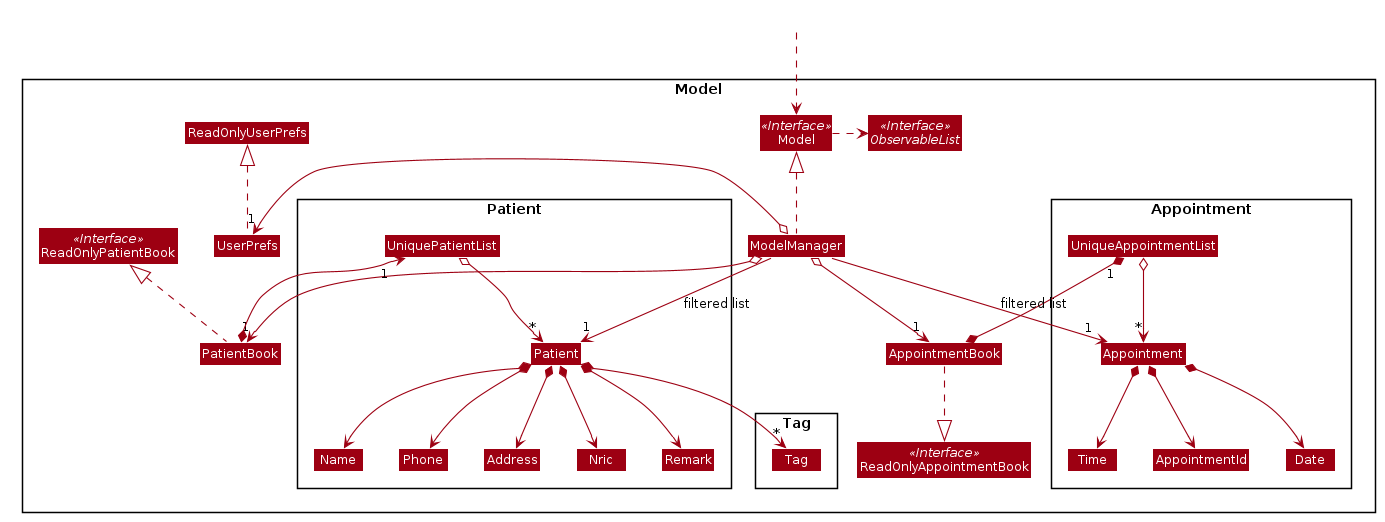
Before: docs/images/ModelClassDiagram.png, a diagram exported from PlantUML (xz0127/tp). The source it was exported from:
```plantuml
@startuml








skinparam BackgroundColor #FFFFFFF

skinparam Shadowing false

skinparam Class {
    FontColor #FFFFFF
    BorderThickness 1
    BorderColor #FFFFFF
    StereotypeFontColor #FFFFFF
    FontName Arial
}

skinparam Actor {
    BorderColor #000000
    Color #000000
    FontName Arial
}

skinparam Sequence {
    MessageAlign center
    BoxFontSize 15
    BoxPadding 0
    BoxFontColor #FFFFFF
    FontName Arial
}

skinparam Participant {
    FontColor #FFFFFFF
    Padding 20
}

skinparam MinClassWidth 50
skinparam ParticipantPadding 10
skinparam Shadowing false
skinparam DefaultTextAlignment center
skinparam packageStyle Rectangle

hide footbox
hide members
hide circle
skinparam arrowThickness 1.1
skinparam arrowColor #9D0012
skinparam classBackgroundColor #9D0012

Package Model <<Rectangle>>{
Interface ReadOnlyPatientBook <<Interface>>
Interface ReadOnlyAppointmentBook <<Interface>>
Interface Model <<Interface>>
Interface ObservableList <<Interface>>
Class PatientBook
Class AppointmentBook
Class ReadOnlyPatientBook
Class ReadOnlyAppointmentBook
Class Model
Class ModelManager
Class UserPrefs
Class ReadOnlyUserPrefs

Package Patient {
Class Patient
Class Address
Class Nric
Class Remark
Class Name
Class Phone
Class UniquePatientList
}

Package Appointment {
Class Appointment
Class AppointmentId
Class Date
Class Time
Class UniqueAppointmentList
}

Package Tag {
Class Tag
}
}

Class HiddenOutside #FFFFFF
HiddenOutside ..> Model

PatientBook .up.|> ReadOnlyPatientBook
AppointmentBook .down.|> ReadOnlyAppointmentBook

ModelManager .up.|> Model
Model .right.> ObservableList
ModelManager o--> "1" PatientBook
ModelManager o--> "1" AppointmentBook
ModelManager o-left-> "1" UserPrefs
UserPrefs .up.|> ReadOnlyUserPrefs

PatientBook *-left-> "1" UniquePatientList
UniquePatientList o--> "*" Patient
Patient *--> Name
Patient *--> Phone
Patient *--> Nric
Patient *--> Remark
Patient *--> Address
Patient *--> "*" Tag

AppointmentBook *-right-* "1" UniqueAppointmentList
UniqueAppointmentList o--> "*" Appointment
Appointment *--> Date
Appointment *--> Time
Appointment *--> AppointmentId

Name -[hidden]right-> Phone
Phone -[hidden]right-> Address


ModelManager -->"1" Patient : filtered list
ModelManager -->"1" Appointment : filtered list
@enduml
```
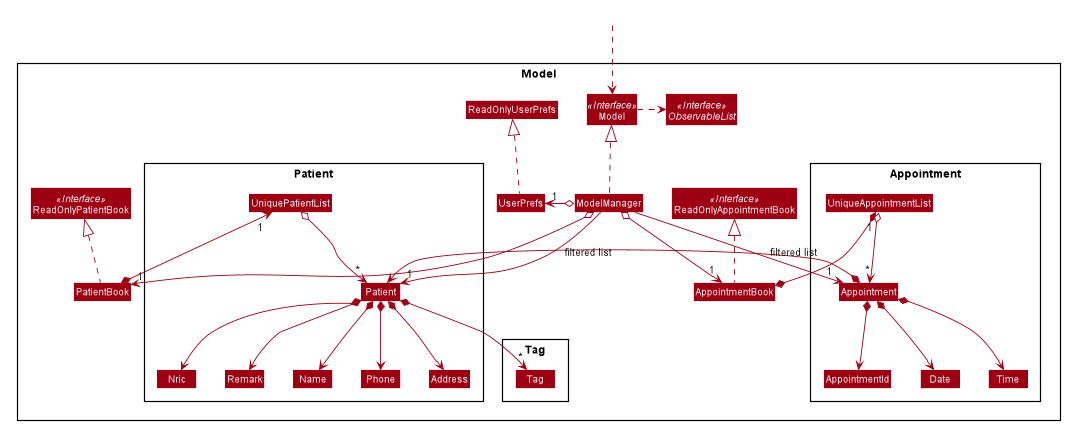
The same diagram one commit later.

Commit message:
update developer guide for assign feature implementation class diagram and model class diagram

Diff of the diagram source:
```diff
@@ -92,7 +92,7 @@
 HiddenOutside ..> Model
 
 PatientBook .up.|> ReadOnlyPatientBook
-AppointmentBook .down.|> ReadOnlyAppointmentBook
+AppointmentBook .up.|> ReadOnlyAppointmentBook
 
 ModelManager .up.|> Model
 Model .right.> ObservableList
@@ -115,6 +115,7 @@
 Appointment *--> Date
 Appointment *--> Time
 Appointment *--> AppointmentId
+Appointment *-left-> Patient
 
 Name -[hidden]right-> Phone
 Phone -[hidden]right-> Address
```
